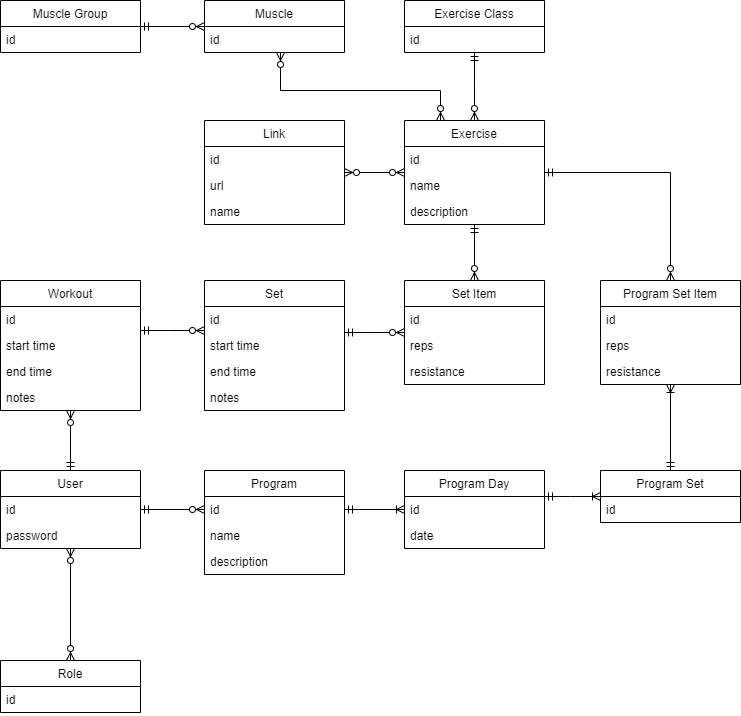
Above: documentation/entities.png in toivjon/max-pondus (draw.io), before the change. Source tidied: cells renumbered, new cells last; positions are measured from the earlier drawing's top-left corner, leaving out a move shared by most shapes.
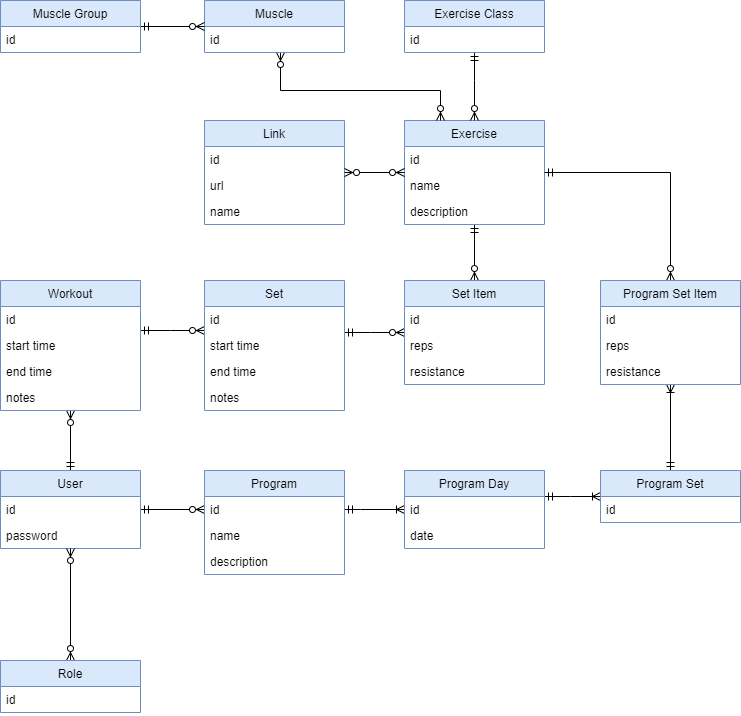
Later version of the same file.

Commit message:
Added some colour to entity diagram.

Diff of the diagram source:
```diff
@@ -13,7 +13,7 @@
         </Array>
       </mxGeometry>
     </mxCell>
-    <mxCell id="4" value="User" style="swimlane;fontStyle=0;horizontal=1;startSize=26;" parent="1" vertex="1">
+    <mxCell id="4" value="User" style="swimlane;fontStyle=0;horizontal=1;startSize=26;fillColor=#dae8fc;strokeColor=#6c8ebf;" parent="1" vertex="1">
       <mxGeometry y="470" width="140" height="78" as="geometry" />
     </mxCell>
     <mxCell id="5" value="id" style="text;strokeColor=none;fillColor=none;align=left;verticalAlign=top;spacingLeft=4;spacingRight=4;overflow=hidden;" parent="4" vertex="1">
@@ -25,7 +25,7 @@
     <mxCell id="7" style="edgeStyle=orthogonalEdgeStyle;rounded=0;jettySize=auto;html=1;endArrow=ERzeroToMany;endFill=1;startArrow=ERzeroToMany;startFill=1;" parent="1" edge="1" source="8" target="4">
       <mxGeometry relative="1" as="geometry" />
     </mxCell>
-    <mxCell id="8" value="Role" style="swimlane;fontStyle=0;horizontal=1;startSize=26;" parent="1" vertex="1">
+    <mxCell id="8" value="Role" style="swimlane;fontStyle=0;horizontal=1;startSize=26;fillColor=#dae8fc;strokeColor=#6c8ebf;" parent="1" vertex="1">
       <mxGeometry y="660" width="140" height="52" as="geometry" />
     </mxCell>
     <mxCell id="9" value="id" style="text;strokeColor=none;fillColor=none;align=left;verticalAlign=top;spacingLeft=4;spacingRight=4;overflow=hidden;" parent="8" vertex="1">
@@ -34,7 +34,7 @@
     <mxCell id="10" style="edgeStyle=orthogonalEdgeStyle;rounded=0;jettySize=auto;html=1;startArrow=ERmandOne;startFill=0;endArrow=ERzeroToMany;endFill=1;" parent="1" edge="1" source="11" target="38">
       <mxGeometry relative="1" as="geometry" />
     </mxCell>
-    <mxCell id="11" value="Exercise" style="swimlane;fontStyle=0;horizontal=1;startSize=26;" parent="1" vertex="1">
+    <mxCell id="11" value="Exercise" style="swimlane;fontStyle=0;horizontal=1;startSize=26;fillColor=#dae8fc;strokeColor=#6c8ebf;" parent="1" vertex="1">
       <mxGeometry x="404" y="120" width="140" height="104" as="geometry" />
     </mxCell>
     <mxCell id="12" value="id" style="text;strokeColor=none;fillColor=none;align=left;verticalAlign=top;spacingLeft=4;spacingRight=4;overflow=hidden;" parent="11" vertex="1">
@@ -46,7 +46,7 @@
     <mxCell id="14" value="description" style="text;align=left;verticalAlign=top;spacingLeft=4;spacingRight=4;overflow=hidden;" parent="11" vertex="1">
       <mxGeometry y="78" width="140" height="26" as="geometry" />
     </mxCell>
-    <mxCell id="15" value="Link" style="swimlane;fontStyle=0;horizontal=1;startSize=26;" parent="1" vertex="1">
+    <mxCell id="15" value="Link" style="swimlane;fontStyle=0;horizontal=1;startSize=26;fillColor=#dae8fc;strokeColor=#6c8ebf;" parent="1" vertex="1">
       <mxGeometry x="204" y="120" width="140" height="104" as="geometry" />
     </mxCell>
     <mxCell id="16" value="id" style="text;strokeColor=none;fillColor=none;align=left;verticalAlign=top;spacingLeft=4;spacingRight=4;overflow=hidden;" parent="15" vertex="1">
@@ -73,7 +73,7 @@
         </Array>
       </mxGeometry>
     </mxCell>
-    <mxCell id="21" value="Muscle" style="swimlane;fontStyle=0;horizontal=1;startSize=26;" parent="1" vertex="1">
+    <mxCell id="21" value="Muscle" style="swimlane;fontStyle=0;horizontal=1;startSize=26;fillColor=#dae8fc;strokeColor=#6c8ebf;" parent="1" vertex="1">
       <mxGeometry x="204" width="140" height="52" as="geometry" />
     </mxCell>
     <mxCell id="22" value="id" style="text;strokeColor=none;fillColor=none;align=left;verticalAlign=top;spacingLeft=4;spacingRight=4;overflow=hidden;" parent="21" vertex="1">
@@ -87,7 +87,7 @@
         </Array>
       </mxGeometry>
     </mxCell>
-    <mxCell id="24" value="Exercise Class" style="swimlane;fontStyle=0;horizontal=1;startSize=26;" parent="1" vertex="1">
+    <mxCell id="24" value="Exercise Class" style="swimlane;fontStyle=0;horizontal=1;startSize=26;fillColor=#dae8fc;strokeColor=#6c8ebf;" parent="1" vertex="1">
       <mxGeometry x="404" width="140" height="52" as="geometry" />
     </mxCell>
     <mxCell id="25" value="id" style="text;strokeColor=none;fillColor=none;align=left;verticalAlign=top;spacingLeft=4;spacingRight=4;overflow=hidden;" parent="24" vertex="1">
@@ -101,7 +101,7 @@
         </Array>
       </mxGeometry>
     </mxCell>
-    <mxCell id="27" value="Workout" style="swimlane;fontStyle=0;horizontal=1;startSize=26;" parent="1" vertex="1">
+    <mxCell id="27" value="Workout" style="swimlane;fontStyle=0;horizontal=1;startSize=26;fillColor=#dae8fc;strokeColor=#6c8ebf;" parent="1" vertex="1">
       <mxGeometry y="280" width="140" height="130" as="geometry" />
     </mxCell>
     <mxCell id="28" value="id" style="text;strokeColor=none;fillColor=none;align=left;verticalAlign=top;spacingLeft=4;spacingRight=4;overflow=hidden;" parent="27" vertex="1">
@@ -124,7 +124,7 @@
         </Array>
       </mxGeometry>
     </mxCell>
-    <mxCell id="33" value="Set" style="swimlane;fontStyle=0;horizontal=1;startSize=26;" parent="1" vertex="1">
+    <mxCell id="33" value="Set" style="swimlane;fontStyle=0;horizontal=1;startSize=26;fillColor=#dae8fc;strokeColor=#6c8ebf;" parent="1" vertex="1">
       <mxGeometry x="204" y="280" width="140" height="130" as="geometry" />
     </mxCell>
     <mxCell id="34" value="id" style="text;strokeColor=none;fillColor=none;align=left;verticalAlign=top;spacingLeft=4;spacingRight=4;overflow=hidden;" parent="33" vertex="1">
@@ -139,7 +139,7 @@
     <mxCell id="37" value="notes" style="text;strokeColor=none;fillColor=none;align=left;verticalAlign=top;spacingLeft=4;spacingRight=4;overflow=hidden;" parent="33" vertex="1">
       <mxGeometry y="104" width="140" height="26" as="geometry" />
     </mxCell>
-    <mxCell id="38" value="Set Item" style="swimlane;fontStyle=0;horizontal=1;startSize=26;" parent="1" vertex="1">
+    <mxCell id="38" value="Set Item" style="swimlane;fontStyle=0;horizontal=1;startSize=26;fillColor=#dae8fc;strokeColor=#6c8ebf;" parent="1" vertex="1">
       <mxGeometry x="404" y="280" width="140" height="104" as="geometry" />
     </mxCell>
     <mxCell id="39" value="id" style="text;strokeColor=none;fillColor=none;align=left;verticalAlign=top;spacingLeft=4;spacingRight=4;overflow=hidden;" parent="38" vertex="1">
@@ -154,7 +154,7 @@
     <mxCell id="42" style="edgeStyle=orthogonalEdgeStyle;rounded=0;jettySize=auto;html=1;startArrow=ERmandOne;startFill=0;endArrow=ERzeroToMany;endFill=1;" parent="1" edge="1" source="43" target="21">
       <mxGeometry relative="1" as="geometry" />
     </mxCell>
-    <mxCell id="43" value="Muscle Group" style="swimlane;fontStyle=0;horizontal=1;startSize=26;" parent="1" vertex="1">
+    <mxCell id="43" value="Muscle Group" style="swimlane;fontStyle=0;horizontal=1;startSize=26;fillColor=#dae8fc;strokeColor=#6c8ebf;" parent="1" vertex="1">
       <mxGeometry width="140" height="52" as="geometry" />
     </mxCell>
     <mxCell id="44" value="id" style="text;strokeColor=none;fillColor=none;align=left;verticalAlign=top;spacingLeft=4;spacingRight=4;overflow=hidden;" parent="43" vertex="1">
@@ -168,7 +168,7 @@
         </Array>
       </mxGeometry>
     </mxCell>
-    <mxCell id="46" value="Program" style="swimlane;fontStyle=0;horizontal=1;startSize=26;" parent="1" vertex="1">
+    <mxCell id="46" value="Program" style="swimlane;fontStyle=0;horizontal=1;startSize=26;fillColor=#dae8fc;strokeColor=#6c8ebf;" parent="1" vertex="1">
       <mxGeometry x="204" y="470" width="140" height="104" as="geometry" />
     </mxCell>
     <mxCell id="47" value="id" style="text;strokeColor=none;fillColor=none;align=left;verticalAlign=top;spacingLeft=4;spacingRight=4;overflow=hidden;" parent="46" vertex="1">
@@ -188,7 +188,7 @@
         </Array>
       </mxGeometry>
     </mxCell>
-    <mxCell id="51" value="Program Day" style="swimlane;fontStyle=0;horizontal=1;startSize=26;" parent="1" vertex="1">
+    <mxCell id="51" value="Program Day" style="swimlane;fontStyle=0;horizontal=1;startSize=26;fillColor=#dae8fc;strokeColor=#6c8ebf;" parent="1" vertex="1">
       <mxGeometry x="404" y="470" width="140" height="78" as="geometry" />
     </mxCell>
     <mxCell id="52" value="id" style="text;strokeColor=none;fillColor=none;align=left;verticalAlign=top;spacingLeft=4;spacingRight=4;overflow=hidden;" parent="51" vertex="1">
@@ -200,7 +200,7 @@
     <mxCell id="54" style="edgeStyle=orthogonalEdgeStyle;rounded=0;jettySize=auto;html=1;startArrow=ERmandOne;startFill=0;endArrow=ERoneToMany;endFill=0;" parent="1" edge="1" source="55" target="58">
       <mxGeometry relative="1" as="geometry" />
     </mxCell>
-    <mxCell id="55" value="Program Set" style="swimlane;fontStyle=0;horizontal=1;startSize=26;" parent="1" vertex="1">
+    <mxCell id="55" value="Program Set" style="swimlane;fontStyle=0;horizontal=1;startSize=26;fillColor=#dae8fc;strokeColor=#6c8ebf;" parent="1" vertex="1">
       <mxGeometry x="600" y="470" width="140" height="52" as="geometry" />
     </mxCell>
     <mxCell id="56" value="id" style="text;strokeColor=none;fillColor=none;align=left;verticalAlign=top;spacingLeft=4;spacingRight=4;overflow=hidden;" parent="55" vertex="1">
@@ -213,7 +213,7 @@
         </Array>
       </mxGeometry>
     </mxCell>
-    <mxCell id="58" value="Program Set Item" style="swimlane;fontStyle=0;horizontal=1;startSize=26;" parent="1" vertex="1">
+    <mxCell id="58" value="Program Set Item" style="swimlane;fontStyle=0;horizontal=1;startSize=26;fillColor=#dae8fc;strokeColor=#6c8ebf;" parent="1" vertex="1">
       <mxGeometry x="600" y="280" width="140" height="104" as="geometry" />
     </mxCell>
     <mxCell id="59" value="id" style="text;strokeColor=none;fillColor=none;align=left;verticalAlign=top;spacingLeft=4;spacingRight=4;overflow=hidden;" parent="58" vertex="1">
```
